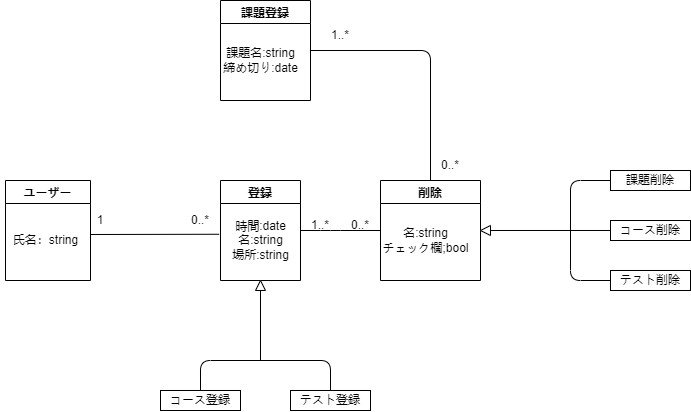
Above: Class-1.drawio.png in Hu-Hanxu/First-App-Self-Management- (draw.io), before the change. Source tidied: cells renumbered, new cells last; positions are measured from the earlier drawing's top-left corner, leaving out a move shared by most shapes.
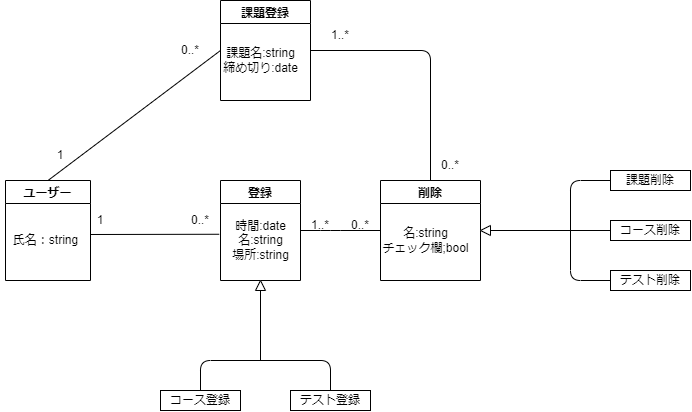
Later version of the same file.

Change to the diagram source:
```diff
@@ -107,5 +107,14 @@
     <mxCell id="29" value="0..*" style="text;html=1;strokeColor=none;fillColor=none;align=center;verticalAlign=middle;whiteSpace=wrap;rounded=0;" parent="1" vertex="1">
       <mxGeometry x="170" y="205" width="60" height="30" as="geometry" />
     </mxCell>
+    <mxCell id="30" style="endArrow=none;html=1;exitX=0.5;exitY=0;exitDx=0;exitDy=0;entryX=0.1;entryY=0.25;entryDx=0;entryDy=0;entryPerimeter=0;" parent="1" edge="1" source="25" target="5">
+      <mxGeometry relative="1" as="geometry" />
+    </mxCell>
+    <mxCell id="31" value="1" style="text;html=1;strokeColor=none;fillColor=none;align=center;verticalAlign=middle;whiteSpace=wrap;rounded=0;" parent="1" vertex="1">
+      <mxGeometry x="30" y="140" width="60" height="30" as="geometry" />
+    </mxCell>
+    <mxCell id="32" value="0..*" style="text;html=1;strokeColor=none;fillColor=none;align=center;verticalAlign=middle;whiteSpace=wrap;rounded=0;" parent="1" vertex="1">
+      <mxGeometry x="160" y="35" width="60" height="30" as="geometry" />
+    </mxCell>
   </root>
 </mxGraphModel>
```
